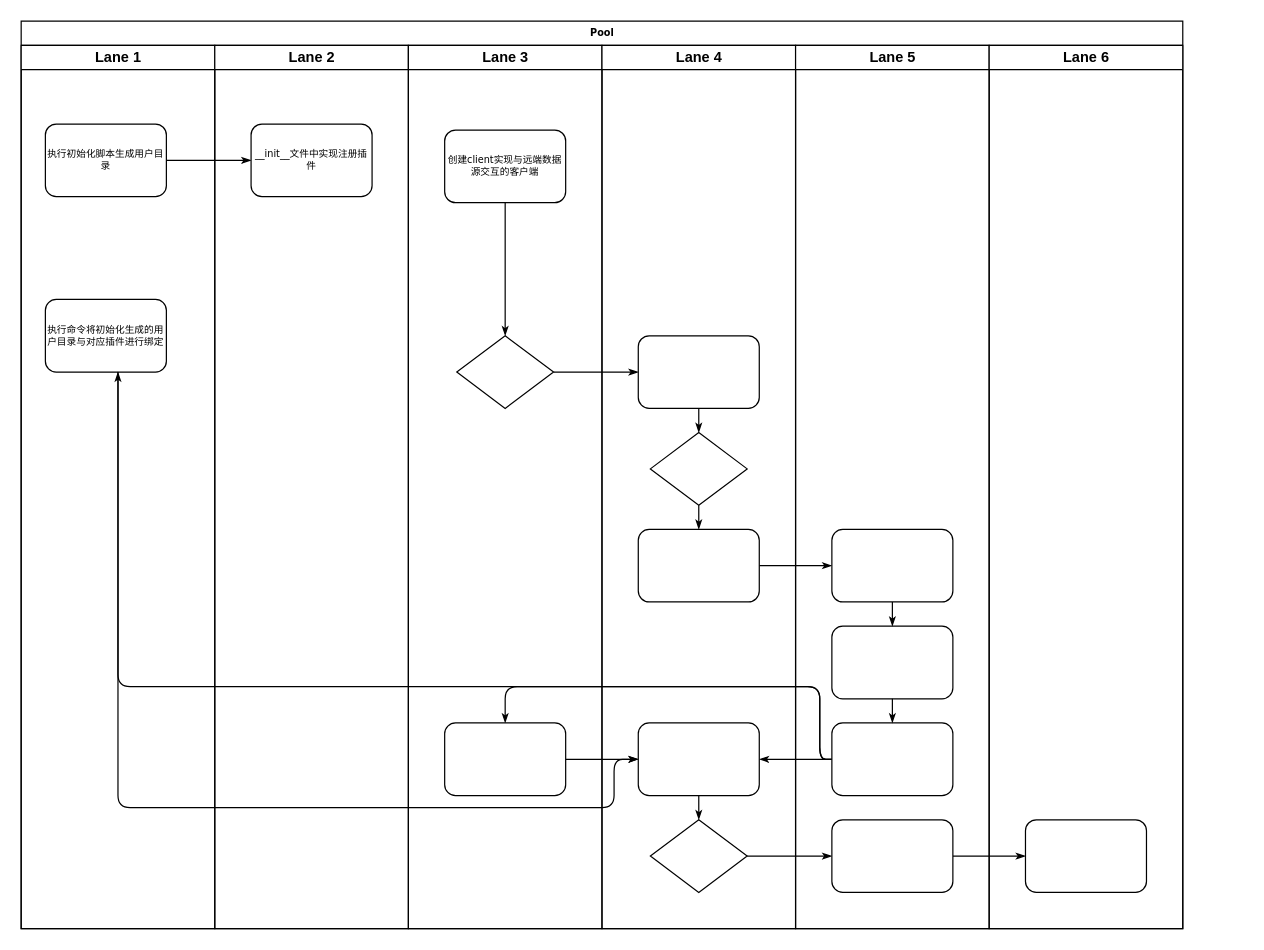
Earlier version of the draw.io diagram Untitled Diagram.drawio (Isa-S/Hello-World). Source tidied: cells renumbered, new cells numbered last; positions are measured from the earlier drawing's top-left corner, leaving out a move shared by most shapes. Both pictures are drawn from the tidied source at 121%, with x=0, y=0 at pixel (21, 21).
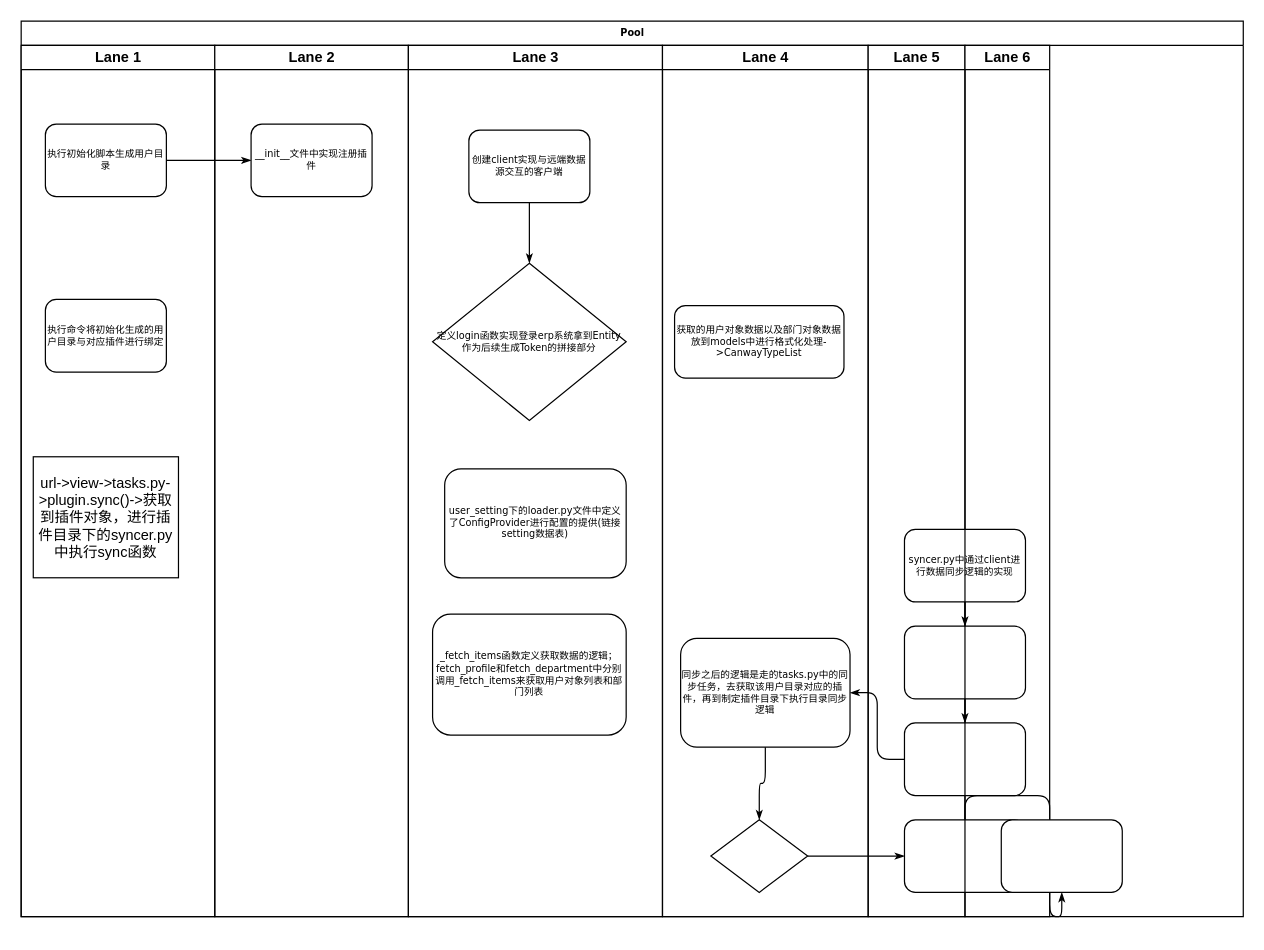
The same diagram, later.

The change refers to these unchanged cells:
```xml
<mxCell id="5" value="执行命令将初始化生成的用户目录与对应插件进行绑定" style="rounded=1;whiteSpace=wrap;html=1;shadow=0;labelBackgroundColor=none;strokeWidth=1;fontFamily=Verdana;fontSize=8;align=center;" parent="3" vertex="1">
  <mxGeometry x="20" y="210" width="100" height="60" as="geometry" />
</mxCell>
<mxCell id="35" style="rounded=1;whiteSpace=wrap;html=1;shadow=0;labelBackgroundColor=none;strokeWidth=1;fontFamily=Verdana;fontSize=8;align=center;" parent="32" vertex="1">
  <mxGeometry x="30" y="560" width="100" height="60" as="geometry" />
</mxCell>
```

Change to the diagram source:
```diff
@@
     <mxCell id="2" value="Pool" style="swimlane;html=1;startSize=20;rounded=0;shadow=0;labelBackgroundColor=none;strokeWidth=1;fontFamily=Verdana;fontSize=8;align=center;" parent="1" vertex="1">
-      <mxGeometry width="960" height="750" as="geometry" />
+      <mxGeometry width="1010" height="740" as="geometry" />
     </mxCell>
     <mxCell id="3" value="Lane 1" style="swimlane;html=1;startSize=20;" parent="2" vertex="1">
-      <mxGeometry y="20" width="160" height="730" as="geometry" />
+      <mxGeometry y="20" width="160" height="720" as="geometry" />
     </mxCell>
@@
+    <mxCell id="41" value="url-&amp;gt;view-&amp;gt;tasks.py-&amp;gt;plugin.sync()-&amp;gt;获取到插件对象，进行插件目录下的syncer.py中执行sync函数" style="rounded=0;whiteSpace=wrap;html=1;" parent="3" vertex="1">
+      <mxGeometry x="10" y="340" width="120" height="100" as="geometry" />
+    </mxCell>
@@
-    <mxCell id="7" style="edgeStyle=orthogonalEdgeStyle;rounded=1;html=1;labelBackgroundColor=none;startArrow=none;startFill=0;startSize=5;endArrow=classicThin;endFill=1;endSize=5;jettySize=auto;strokeWidth=1;fontFamily=Verdana;fontSize=8;" parent="2" edge="1" source="20" target="24">
-      <mxGeometry relative="1" as="geometry" />
-    </mxCell>
@@
-    <mxCell id="10" style="edgeStyle=orthogonalEdgeStyle;rounded=1;html=1;labelBackgroundColor=none;startArrow=none;startFill=0;startSize=5;endArrow=classicThin;endFill=1;endSize=5;jettySize=auto;strokeWidth=1;fontFamily=Verdana;fontSize=8;" parent="2" edge="1" source="26" target="33">
-      <mxGeometry relative="1" as="geometry" />
-    </mxCell>
-    <mxCell id="11" style="edgeStyle=orthogonalEdgeStyle;rounded=1;html=1;labelBackgroundColor=none;startArrow=none;startFill=0;startSize=5;endArrow=classicThin;endFill=1;endSize=5;jettySize=auto;strokeWidth=1;fontFamily=Verdana;fontSize=8;" parent="2" edge="1" source="35" target="21">
-      <mxGeometry relative="1" as="geometry">
-        <Array as="points">
-          <mxPoint x="660" y="610" />
-          <mxPoint x="660" y="550" />
-          <mxPoint x="400" y="550" />
-        </Array>
-      </mxGeometry>
-    </mxCell>
@@
-    <mxCell id="13" style="edgeStyle=orthogonalEdgeStyle;rounded=1;html=1;labelBackgroundColor=none;startArrow=none;startFill=0;startSize=5;endArrow=classicThin;endFill=1;endSize=5;jettySize=auto;strokeWidth=1;fontFamily=Verdana;fontSize=8;" parent="2" edge="1" source="35" target="5">
-      <mxGeometry relative="1" as="geometry">
-        <Array as="points">
-          <mxPoint x="660" y="610" />
-          <mxPoint x="660" y="550" />
-          <mxPoint x="80" y="550" />
-        </Array>
-      </mxGeometry>
-    </mxCell>
-    <mxCell id="14" style="edgeStyle=orthogonalEdgeStyle;rounded=1;html=1;labelBackgroundColor=none;startArrow=none;startFill=0;startSize=5;endArrow=classicThin;endFill=1;endSize=5;jettySize=auto;strokeWidth=1;fontFamily=Verdana;fontSize=8;" parent="2" edge="1" source="5" target="27">
-      <mxGeometry relative="1" as="geometry">
-        <Array as="points">
-          <mxPoint x="80" y="650" />
-          <mxPoint x="490" y="650" />
-          <mxPoint x="490" y="610" />
-        </Array>
-      </mxGeometry>
-    </mxCell>
-    <mxCell id="15" style="edgeStyle=orthogonalEdgeStyle;rounded=1;html=1;labelBackgroundColor=none;startArrow=none;startFill=0;startSize=5;endArrow=classicThin;endFill=1;endSize=5;jettySize=auto;strokeWidth=1;fontFamily=Verdana;fontSize=8;" parent="2" edge="1" source="21" target="27">
-      <mxGeometry relative="1" as="geometry" />
-    </mxCell>
     <mxCell id="16" value="Lane 2" style="swimlane;html=1;startSize=20;" parent="2" vertex="1">
-      <mxGeometry x="160" y="20" width="160" height="730" as="geometry" />
+      <mxGeometry x="160" y="20" width="160" height="720" as="geometry" />
     </mxCell>
@@
     <mxCell id="18" value="Lane 3" style="swimlane;html=1;startSize=20;" parent="2" vertex="1">
-      <mxGeometry x="320" y="20" width="160" height="730" as="geometry" />
+      <mxGeometry x="320" y="20" width="210" height="720" as="geometry" />
     </mxCell>
     <mxCell id="19" value="创建client实现与远端数据源交互的客户端" style="rounded=1;whiteSpace=wrap;html=1;shadow=0;labelBackgroundColor=none;strokeWidth=1;fontFamily=Verdana;fontSize=8;align=center;" parent="18" vertex="1">
-      <mxGeometry x="30" y="70" width="100" height="60" as="geometry" />
+      <mxGeometry x="50" y="70" width="100" height="60" as="geometry" />
     </mxCell>
-    <mxCell id="20" style="rhombus;whiteSpace=wrap;html=1;rounded=0;shadow=0;labelBackgroundColor=none;strokeWidth=1;fontFamily=Verdana;fontSize=8;align=center;" parent="18" vertex="1">
-      <mxGeometry x="40" y="240" width="80" height="60" as="geometry" />
+    <mxCell id="20" value="定义login函数实现登录erp系统拿到Entity作为后续生成Token的拼接部分" style="rhombus;whiteSpace=wrap;html=1;rounded=0;shadow=0;labelBackgroundColor=none;strokeWidth=1;fontFamily=Verdana;fontSize=8;align=center;" parent="18" vertex="1">
+      <mxGeometry x="20" y="180" width="160" height="130" as="geometry" />
     </mxCell>
-    <mxCell id="21" style="rounded=1;whiteSpace=wrap;html=1;shadow=0;labelBackgroundColor=none;strokeWidth=1;fontFamily=Verdana;fontSize=8;align=center;" parent="18" vertex="1">
-      <mxGeometry x="30" y="560" width="100" height="60" as="geometry" />
+    <mxCell id="21" value="_fetch_items函数定义获取数据的逻辑；&lt;br&gt;fetch_profile和fetch_department中分别调用_fetch_items来获取用户对象列表和部门列表" style="rounded=1;whiteSpace=wrap;html=1;shadow=0;labelBackgroundColor=none;strokeWidth=1;fontFamily=Verdana;fontSize=8;align=center;" parent="18" vertex="1">
+      <mxGeometry x="20" y="470" width="160" height="100" as="geometry" />
     </mxCell>
@@
+    <mxCell id="26" value="user_setting下的loader.py文件中定义了ConfigProvider进行配置的提供(链接setting数据表)" style="rounded=1;whiteSpace=wrap;html=1;shadow=0;labelBackgroundColor=none;strokeWidth=1;fontFamily=Verdana;fontSize=8;align=center;" parent="18" vertex="1">
+      <mxGeometry x="30" y="350" width="150" height="90" as="geometry" />
+    </mxCell>
     <mxCell id="23" value="Lane 4" style="swimlane;html=1;startSize=20;" parent="2" vertex="1">
-      <mxGeometry x="480" y="20" width="160" height="730" as="geometry" />
+      <mxGeometry x="530" y="20" width="170" height="720" as="geometry" />
     </mxCell>
-    <mxCell id="24" style="rounded=1;whiteSpace=wrap;html=1;shadow=0;labelBackgroundColor=none;strokeWidth=1;fontFamily=Verdana;fontSize=8;align=center;" parent="23" vertex="1">
-      <mxGeometry x="30" y="240" width="100" height="60" as="geometry" />
+    <mxCell id="24" value="获取的用户对象数据以及部门对象数据放到models中进行格式化处理-&amp;gt;CanwayTypeList" style="rounded=1;whiteSpace=wrap;html=1;shadow=0;labelBackgroundColor=none;strokeWidth=1;fontFamily=Verdana;fontSize=8;align=center;" parent="23" vertex="1">
+      <mxGeometry x="10" y="215" width="140" height="60" as="geometry" />
     </mxCell>
-    <mxCell id="25" style="rhombus;whiteSpace=wrap;html=1;rounded=0;shadow=0;labelBackgroundColor=none;strokeWidth=1;fontFamily=Verdana;fontSize=8;align=center;" parent="23" vertex="1">
-      <mxGeometry x="40" y="320" width="80" height="60" as="geometry" />
-    </mxCell>
-    <mxCell id="26" style="rounded=1;whiteSpace=wrap;html=1;shadow=0;labelBackgroundColor=none;strokeWidth=1;fontFamily=Verdana;fontSize=8;align=center;" parent="23" vertex="1">
-      <mxGeometry x="30" y="400" width="100" height="60" as="geometry" />
-    </mxCell>
-    <mxCell id="27" style="rounded=1;whiteSpace=wrap;html=1;shadow=0;labelBackgroundColor=none;strokeWidth=1;fontFamily=Verdana;fontSize=8;align=center;" parent="23" vertex="1">
-      <mxGeometry x="30" y="560" width="100" height="60" as="geometry" />
+    <mxCell id="27" value="同步之后的逻辑是走的tasks.py中的同步任务，去获取该用户目录对应的插件，再到制定插件目录下执行目录同步逻辑" style="rounded=1;whiteSpace=wrap;html=1;shadow=0;labelBackgroundColor=none;strokeWidth=1;fontFamily=Verdana;fontSize=8;align=center;" parent="23" vertex="1">
+      <mxGeometry x="15" y="490" width="140" height="90" as="geometry" />
     </mxCell>
@@
-    <mxCell id="29" style="edgeStyle=orthogonalEdgeStyle;rounded=1;html=1;labelBackgroundColor=none;startArrow=none;startFill=0;startSize=5;endArrow=classicThin;endFill=1;endSize=5;jettySize=auto;strokeColor=#000000;strokeWidth=1;fontFamily=Verdana;fontSize=8;fontColor=#000000;" parent="23" edge="1" source="24" target="25">
-      <mxGeometry relative="1" as="geometry" />
-    </mxCell>
-    <mxCell id="30" style="edgeStyle=orthogonalEdgeStyle;rounded=1;html=1;labelBackgroundColor=none;startArrow=none;startFill=0;startSize=5;endArrow=classicThin;endFill=1;endSize=5;jettySize=auto;strokeWidth=1;fontFamily=Verdana;fontSize=8;" parent="23" edge="1" source="25" target="26">
-      <mxGeometry relative="1" as="geometry" />
-    </mxCell>
@@
     <mxCell id="32" value="Lane 5" style="swimlane;html=1;startSize=20;" parent="2" vertex="1">
-      <mxGeometry x="640" y="20" width="160" height="730" as="geometry" />
+      <mxGeometry x="700" y="20" width="80" height="720" as="geometry" />
     </mxCell>
-    <mxCell id="33" style="rounded=1;whiteSpace=wrap;html=1;shadow=0;labelBackgroundColor=none;strokeWidth=1;fontFamily=Verdana;fontSize=8;align=center;" parent="32" vertex="1">
+    <mxCell id="33" value="syncer.py中通过client进行数据同步逻辑的实现" style="rounded=1;whiteSpace=wrap;html=1;shadow=0;labelBackgroundColor=none;strokeWidth=1;fontFamily=Verdana;fontSize=8;align=center;" parent="32" vertex="1">
       <mxGeometry x="30" y="400" width="100" height="60" as="geometry" />
     </mxCell>
@@
     <mxCell id="39" value="Lane 6" style="swimlane;html=1;startSize=20;" parent="2" vertex="1">
-      <mxGeometry x="800" y="20" width="160" height="730" as="geometry" />
+      <mxGeometry x="780" y="20" width="70" height="720" as="geometry" />
     </mxCell>
```
